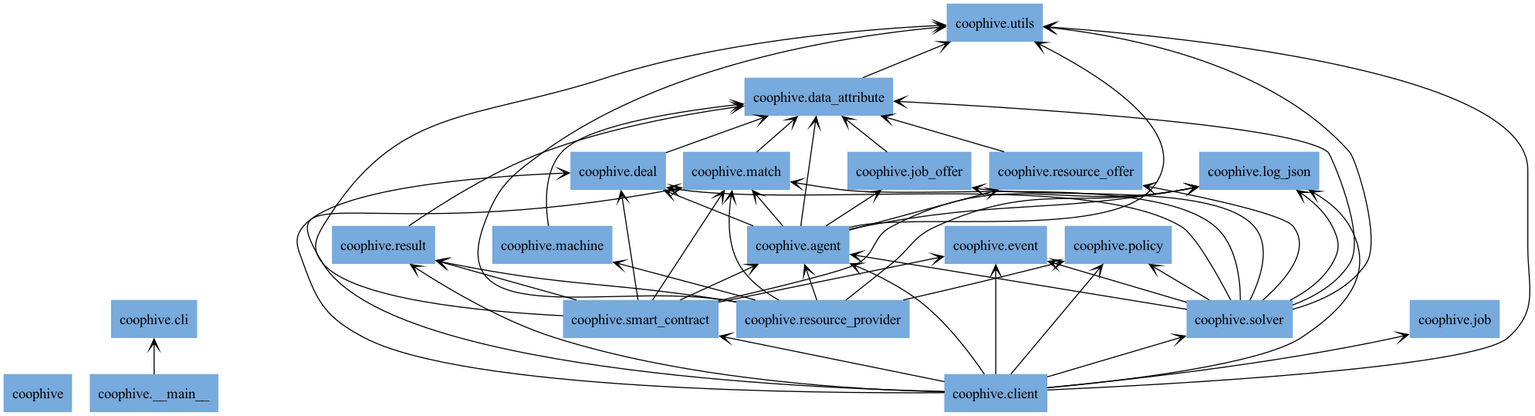
Above: docs/img/packages_coophive.png in CoopHive/Apiary (Graphviz), before the change. Its source is kept beside it as docs/img/packages_coophive.dot.
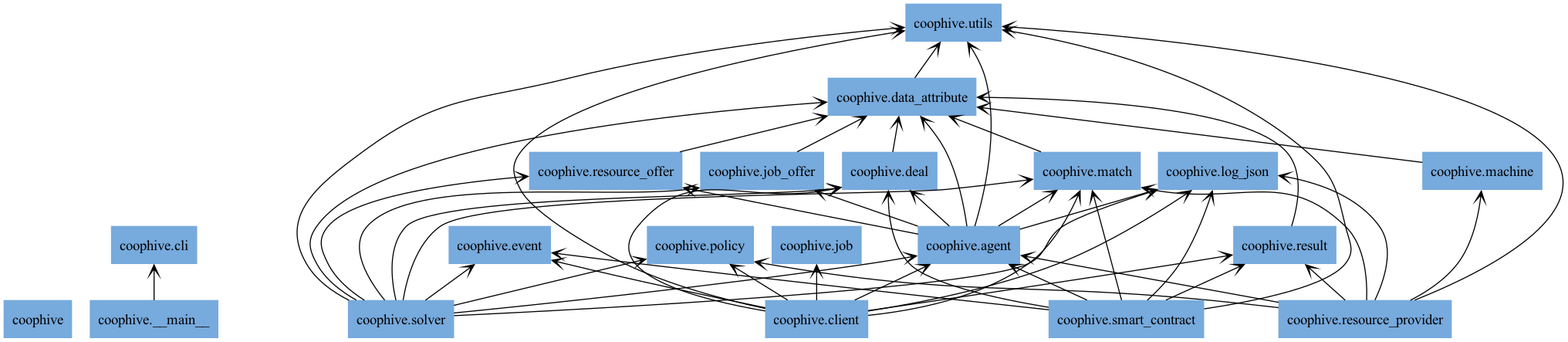
The same diagram one commit later.

Commit message:
fix: remove solver as nested informations of agent, solver now specific agent

Change to the diagram source:
```diff
@@ -37,8 +37,6 @@
 "coophive.client" -> "coophive.match" [arrowhead="open", arrowtail="none"];
 "coophive.client" -> "coophive.policy" [arrowhead="open", arrowtail="none"];
 "coophive.client" -> "coophive.result" [arrowhead="open", arrowtail="none"];
-"coophive.client" -> "coophive.smart_contract" [arrowhead="open", arrowtail="none"];
-"coophive.client" -> "coophive.solver" [arrowhead="open", arrowtail="none"];
 "coophive.client" -> "coophive.utils" [arrowhead="open", arrowtail="none"];
 "coophive.data_attribute" -> "coophive.utils" [arrowhead="open", arrowtail="none"];
 "coophive.deal" -> "coophive.data_attribute" [arrowhead="open", arrowtail="none"];
```
